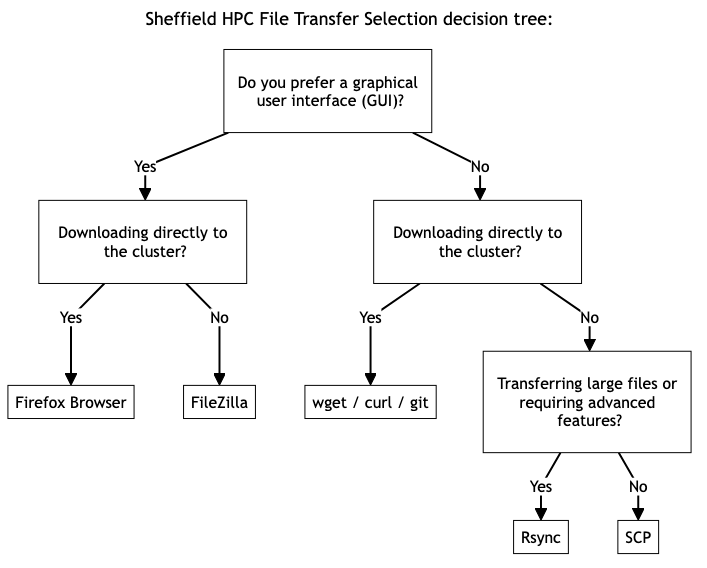
Earlier version of the Mermaid export images/hpc-file-transfer-selection-decision-tree.png (rcgsheffield/sheffield_hpc). Its source is kept beside it as images/hpc-file-transfer-selection-decision-tree.mmd. Source of this version:
```mermaid
---
title: "Sheffield HPC File Transfer Selection decision tree:"
---

%%{
  init: {
    'theme': 'base',
    'themeVariables': {
      'primaryColor': '#FFFFFF',
      'primaryTextColor': '#000000',
      'primaryBorderColor': '#000000',
      'lineColor': '#000000'
    },
    'flowchart': {
      'curve' : 'linear'
    }
  }
}%%

flowchart TD
  gui["`Do you prefer a graphical user interface (GUI)?`"] -->|Yes| direct_download_y["`Downloading directly to the cluster?`"]
  gui --> |No| direct_download_n["`Downloading directly to the cluster?`"]
  direct_download_y -->|Yes| browser["Firefox Browser"]
  direct_download_y -->|No| FileZilla
  direct_download_n -->|Yes| online_cmd["wget / curl / git"]
  direct_download_n -->|No| file_size["`Transferring large files or requiring advanced features?`"]
  file_size --> |Yes| Rsync
  file_size --> |No| SCP

classDef question_block width:210px, align:center;
class gui,direct_download_y,direct_download_n,file_size question_block
```
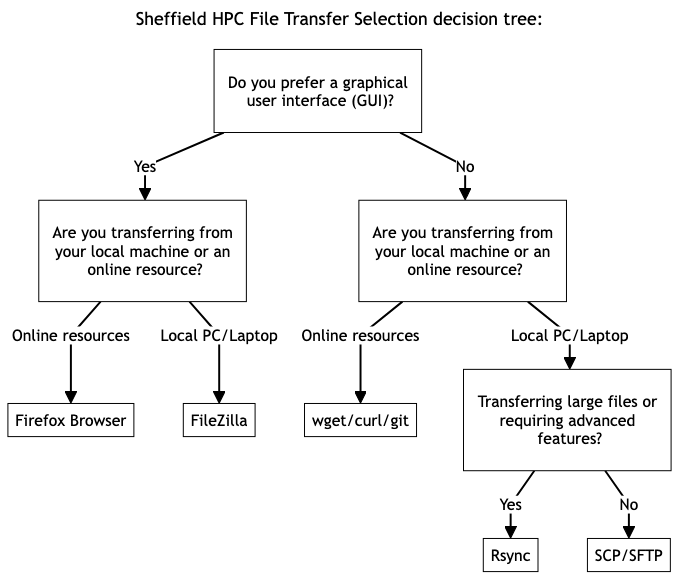
After the commit.

Commit message:
add sftp in terminal

Diff of the diagram source:
```diff
@@ -18,14 +18,14 @@
 }%%
 
 flowchart TD
-  gui["`Do you prefer a graphical user interface (GUI)?`"] -->|Yes| direct_download_y["`Downloading directly to the cluster?`"]
-  gui --> |No| direct_download_n["`Downloading directly to the cluster?`"]
-  direct_download_y -->|Yes| browser["Firefox Browser"]
-  direct_download_y -->|No| FileZilla
-  direct_download_n -->|Yes| online_cmd["wget / curl / git"]
-  direct_download_n -->|No| file_size["`Transferring large files or requiring advanced features?`"]
+  gui["`Do you prefer a graphical user interface (GUI)?`"] -->|Yes| direct_download_y["`Are you transferring from your local machine or an online resource?`"]
+  gui --> |No| direct_download_n["`Are you transferring from your local machine or an online resource?`"]
+  direct_download_y -->|Online resources| browser["Firefox Browser"]
+  direct_download_y -->|Local PC/Laptop| FileZilla
+  direct_download_n -->|Online resources| online_cmd["wget/curl/git"]
+  direct_download_n -->|Local PC/Laptop| file_size["`Transferring large files or requiring advanced features?`"]
   file_size --> |Yes| Rsync
-  file_size --> |No| SCP
+  file_size --> |No| local["SCP/SFTP"]
 
 classDef question_block width:210px, align:center;
 class gui,direct_download_y,direct_download_n,file_size question_block
```
